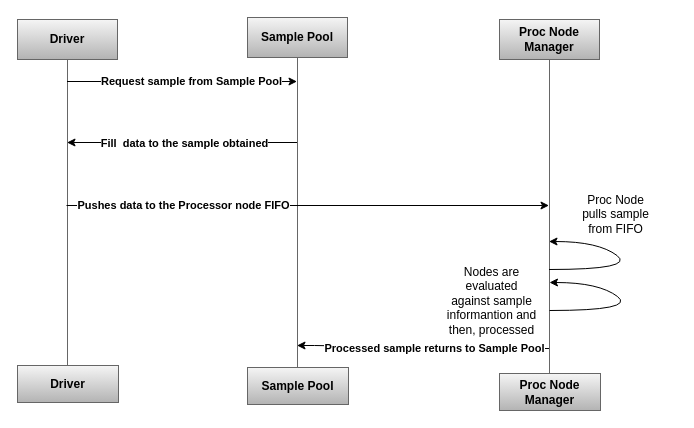
Linaro/step keeps this draw.io diagram as doc/drawio/SamplePool.drawio. Above is the earlier version. Source tidied: cells renumbered, new cells numbered last; positions are measured from the earlier drawing's top-left corner, leaving out a move shared by most shapes. Both pictures are drawn from the tidied source at 100%, with x=0, y=0 at pixel (17, 17).
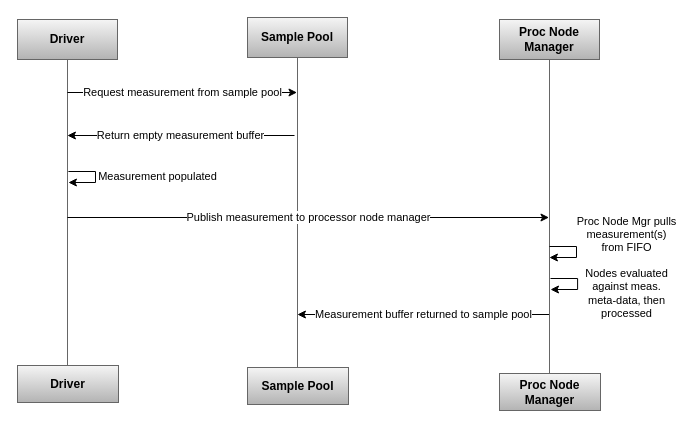
The same page after the edit.

Unchanged cells that the change refers to:
```xml
<mxCell id="2" value="&lt;b&gt;Driver&lt;/b&gt;" style="shape=umlLifeline;perimeter=lifelinePerimeter;whiteSpace=wrap;html=1;outlineConnect=0;lifelineDashed=0;fillColor=#f5f5f5;gradientColor=#b3b3b3;strokeColor=#666666;" parent="1" vertex="1">
  <mxGeometry y="2" width="100" height="346" as="geometry" />
</mxCell>
<mxCell id="3" value="&lt;b&gt;Sample Pool&lt;/b&gt;" style="shape=umlLifeline;perimeter=lifelinePerimeter;whiteSpace=wrap;html=1;outlineConnect=0;lifelineDashed=0;fillColor=#f5f5f5;gradientColor=#b3b3b3;strokeColor=#666666;" parent="1" vertex="1">
  <mxGeometry x="230" width="100" height="352" as="geometry" />
</mxCell>
<mxCell id="4" value="&lt;b&gt;Proc Node Manager&lt;/b&gt;" style="shape=umlLifeline;perimeter=lifelinePerimeter;whiteSpace=wrap;html=1;outlineConnect=0;lifelineDashed=0;fillColor=#f5f5f5;gradientColor=#b3b3b3;strokeColor=#666666;" parent="1" vertex="1">
  <mxGeometry x="482" y="2" width="100" height="360" as="geometry" />
</mxCell>
```

Diff of the diagram source:
```diff
@@
-    <mxCell id="5" style="curved=1;endArrow=classic;html=1;rounded=0;" parent="4" edge="1">
-      <mxGeometry relative="1" as="geometry">
-        <mxPoint x="50" y="291" as="sourcePoint" />
-        <mxPoint x="50" y="263" as="targetPoint" />
-        <Array as="points">
-          <mxPoint x="136.5" y="291" />
-          <mxPoint x="99.5" y="263" />
-        </Array>
-      </mxGeometry>
-    </mxCell>
-    <mxCell id="6" value="&lt;div style=&quot;text-align: center;&quot;&gt;&lt;span style=&quot;background-color: initial;&quot;&gt;Nodes are evaluated against sample informantion and then, processed&lt;/span&gt;&lt;/div&gt;" style="text;whiteSpace=wrap;html=1;" parent="4" vertex="1">
-      <mxGeometry x="-56" y="239" width="95" height="65" as="geometry" />
-    </mxCell>
-    <mxCell id="7" style="endArrow=classic;html=1;rounded=0;" parent="1" edge="1" source="2" target="3">
-      <mxGeometry relative="1" as="geometry">
-        <Array as="points">
-          <mxPoint x="104" y="64" />
-          <mxPoint x="204" y="64" />
-        </Array>
-      </mxGeometry>
-    </mxCell>
-    <mxCell id="8" value="Request sample from Sample Pool" style="edgeLabel;html=1;align=center;verticalAlign=middle;fontStyle=1;" parent="7" vertex="1">
-      <mxGeometry x="0.07" y="1" relative="1" as="geometry">
-        <mxPoint x="1" as="offset" />
-      </mxGeometry>
-    </mxCell>
-    <mxCell id="9" style="endArrow=classic;html=1;rounded=0;" parent="1" edge="1" target="4">
-      <mxGeometry relative="1" as="geometry">
-        <mxPoint x="49" y="188" as="sourcePoint" />
-        <Array as="points">
-          <mxPoint x="103.5" y="188" />
-          <mxPoint x="203.5" y="188" />
-        </Array>
-      </mxGeometry>
-    </mxCell>
-    <mxCell id="10" value="Pushes data to the Processor node FIFO" style="edgeLabel;html=1;align=center;verticalAlign=middle;fontStyle=1;" parent="9" vertex="1">
-      <mxGeometry x="-0.51" y="-4" relative="1" as="geometry">
-        <mxPoint x="-2" y="-5" as="offset" />
-      </mxGeometry>
-    </mxCell>
-    <mxCell id="11" style="endArrow=classic;html=1;rounded=0;" parent="1" edge="1" source="3" target="2">
-      <mxGeometry relative="1" as="geometry">
-        <Array as="points">
-          <mxPoint x="195" y="125" />
-        </Array>
-      </mxGeometry>
-    </mxCell>
-    <mxCell id="12" value="Fill&amp;nbsp; data to the sample obtained" style="edgeLabel;html=1;align=center;verticalAlign=middle;fontStyle=1;" parent="11" vertex="1">
-      <mxGeometry x="-0.01" y="5" relative="1" as="geometry">
-        <mxPoint x="1" y="-5" as="offset" />
-      </mxGeometry>
-    </mxCell>
-    <mxCell id="13" style="curved=1;endArrow=classic;html=1;rounded=0;" parent="1" edge="1" source="4" target="4">
-      <mxGeometry relative="1" as="geometry">
-        <Array as="points">
-          <mxPoint x="618" y="252" />
-          <mxPoint x="581" y="224" />
-        </Array>
-      </mxGeometry>
-    </mxCell>
-    <mxCell id="14" style="endArrow=classic;html=1;rounded=0;" parent="1" edge="1" source="4" target="3">
-      <mxGeometry relative="1" as="geometry">
-        <Array as="points">
-          <mxPoint x="485" y="331" />
-          <mxPoint x="297" y="328" />
-        </Array>
-      </mxGeometry>
-    </mxCell>
-    <mxCell id="15" value="Processed sample returns to Sample Pool" style="edgeLabel;html=1;align=center;verticalAlign=middle;fontStyle=1;" parent="14" vertex="1">
-      <mxGeometry x="-0.09" y="1" relative="1" as="geometry" />
-    </mxCell>
+    <mxCell id="20" value="Nodes evaluated&lt;br&gt;against meas.&lt;br&gt;meta-data, then&lt;br&gt;processed" style="endArrow=classic;html=1;rounded=0;" parent="4" edge="1">
+      <mxGeometry x="0.17" y="49" relative="1" as="geometry">
+        <mxPoint x="51" y="259" as="sourcePoint" />
+        <mxPoint x="51" y="270" as="targetPoint" />
+        <Array as="points">
+          <mxPoint x="78.1" y="259" />
+          <mxPoint x="78.1" y="270" />
+        </Array>
+        <mxPoint x="49" y="-45" as="offset" />
+      </mxGeometry>
+    </mxCell>
@@
-    <mxCell id="19" value="Proc Node &lt;br&gt;pulls sample &lt;br&gt;from FIFO" style="text;html=1;align=center;verticalAlign=middle;strokeColor=none;fillColor=none;" parent="1" vertex="1">
-      <mxGeometry x="555" y="169" width="85" height="55" as="geometry" />
-    </mxCell>
+    <mxCell id="21" value="Request measurement from sample pool" style="endArrow=classic;html=1;rounded=0;" parent="1" edge="1">
+      <mxGeometry relative="1" as="geometry">
+        <mxPoint x="49.9" y="75" as="sourcePoint" />
+        <mxPoint x="279.5" y="75" as="targetPoint" />
+      </mxGeometry>
+    </mxCell>
+    <mxCell id="22" value="Return empty measurement buffer" style="endArrow=classic;html=1;rounded=0;" parent="1" edge="1">
+      <mxGeometry relative="1" as="geometry">
+        <mxPoint x="277" y="118" as="sourcePoint" />
+        <mxPoint x="49.9" y="118" as="targetPoint" />
+      </mxGeometry>
+    </mxCell>
+    <mxCell id="23" value="Publish measurement to processor node manager" style="endArrow=classic;html=1;rounded=0;" parent="1" edge="1">
+      <mxGeometry relative="1" as="geometry">
+        <mxPoint x="49.9" y="200" as="sourcePoint" />
+        <mxPoint x="531.5" y="200" as="targetPoint" />
+      </mxGeometry>
+    </mxCell>
+    <mxCell id="24" value="Proc Node Mgr pulls&lt;br&gt;measurement(s)&lt;br&gt;from FIFO" style="endArrow=classic;html=1;rounded=0;" parent="1" edge="1">
+      <mxGeometry x="-0.17" y="51" relative="1" as="geometry">
+        <mxPoint x="531.9" y="229" as="sourcePoint" />
+        <mxPoint x="531.9" y="240" as="targetPoint" />
+        <Array as="points">
+          <mxPoint x="559" y="229" />
+          <mxPoint x="559" y="240" />
+        </Array>
+        <mxPoint x="-1" y="-12" as="offset" />
+      </mxGeometry>
+    </mxCell>
+    <mxCell id="25" value="Measurement buffer returned to sample pool" style="endArrow=classic;html=1;rounded=0;" parent="1" edge="1">
+      <mxGeometry relative="1" as="geometry">
+        <mxPoint x="531.5" y="297" as="sourcePoint" />
+        <mxPoint x="279.9" y="297" as="targetPoint" />
+      </mxGeometry>
+    </mxCell>
+    <mxCell id="26" value="Measurement populated" style="endArrow=classic;html=1;rounded=0;" parent="1" edge="1">
+      <mxGeometry x="-0.02" y="62" relative="1" as="geometry">
+        <mxPoint x="50.9" y="154" as="sourcePoint" />
+        <mxPoint x="50.9" y="165" as="targetPoint" />
+        <Array as="points">
+          <mxPoint x="78" y="154" />
+          <mxPoint x="78" y="165" />
+        </Array>
+      </mxGeometry>
+    </mxCell>
```
